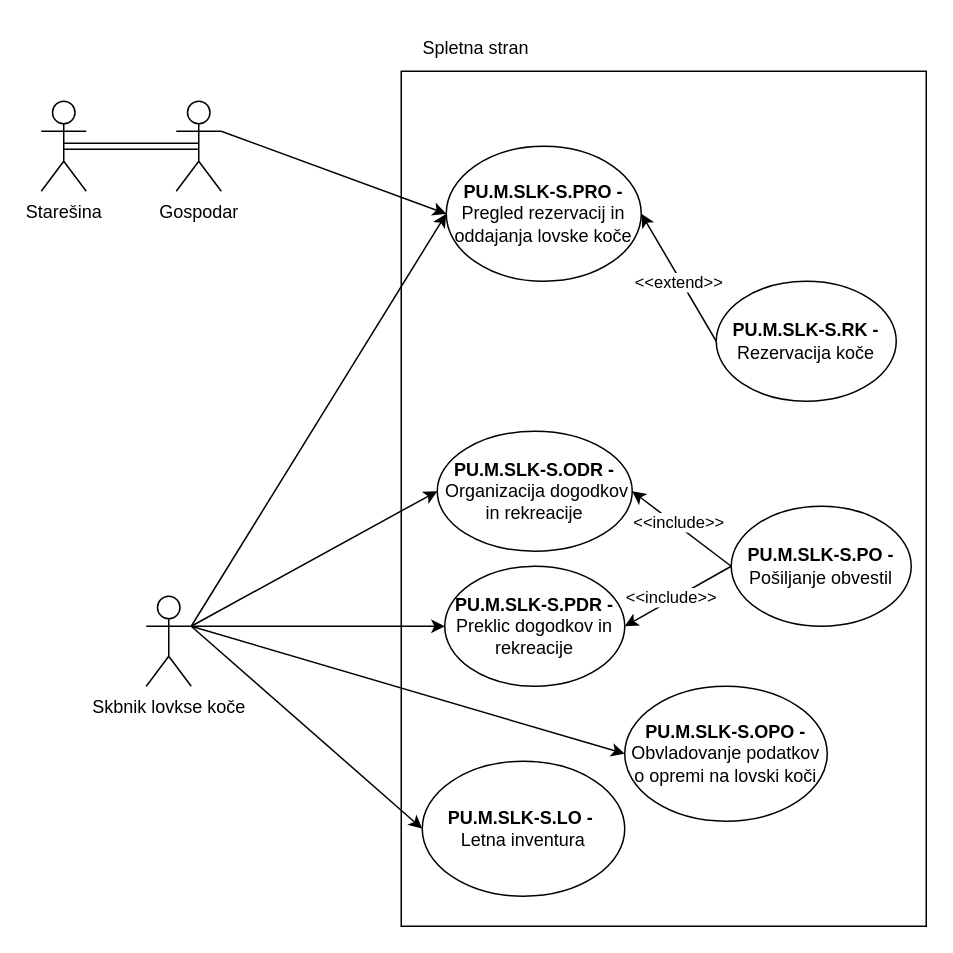
ErnestISv/Lovstvo keeps this draw.io diagram as Skrbnistvo lovskih koc-Spletna aplikacija.drawio. Above is the earlier version. Source tidied: cells renumbered, new cells numbered last; positions are measured from the earlier drawing's top-left corner, leaving out a move shared by most shapes. Both pictures are drawn from the tidied source at 150%, with x=0, y=0 at pixel (40, 26).
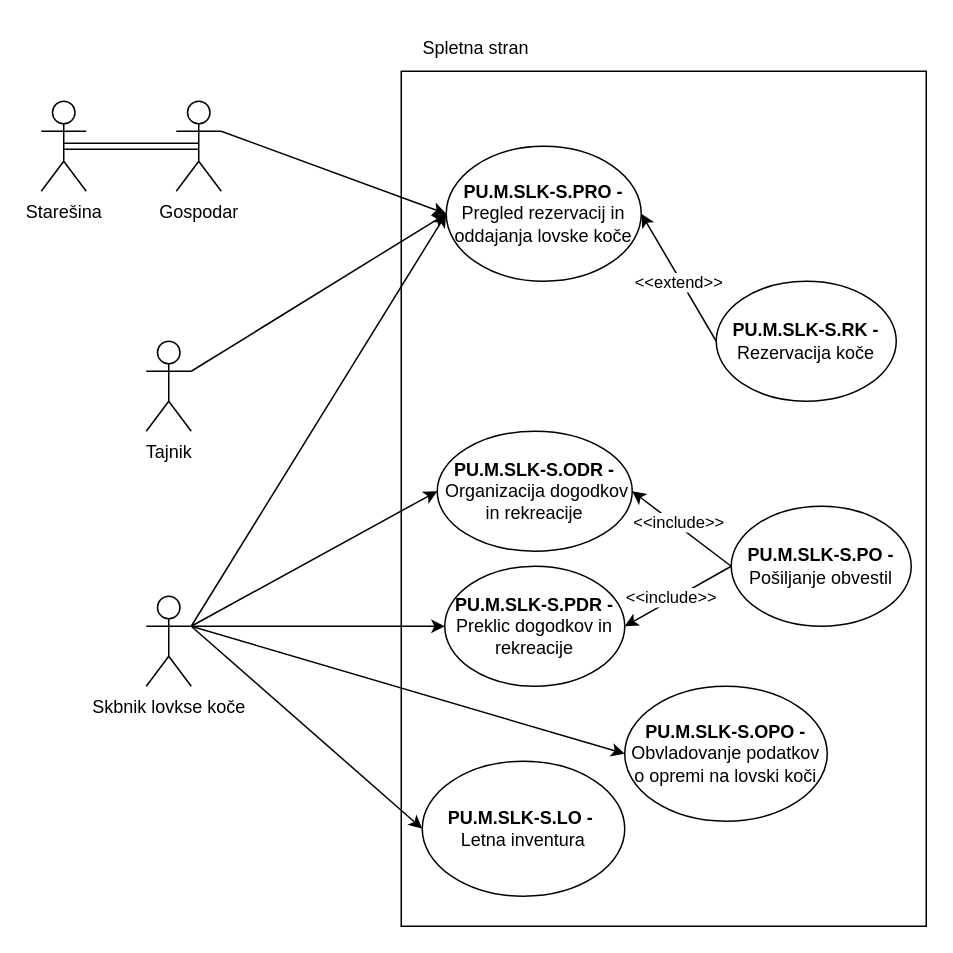
The same diagram, later.

Unchanged cells that the change refers to:
```xml
<mxCell id="16" value="&lt;b&gt;PU.M.SLK-S.PRO -&lt;/b&gt; Pregled rezervacij in oddajanja lovske koče" style="ellipse;whiteSpace=wrap;html=1;" parent="1" vertex="1">
  <mxGeometry x="270" y="80" width="130" height="90" as="geometry" />
</mxCell>
```

The edit, as a diff of the source:
```diff
@@
+    <mxCell id="27" value="Tajnik" style="shape=umlActor;verticalLabelPosition=bottom;verticalAlign=top;html=1;outlineConnect=0;" parent="1" vertex="1">
+      <mxGeometry x="70" y="210" width="30" height="60" as="geometry" />
+    </mxCell>
+    <mxCell id="28" style="endArrow=classic;html=1;rounded=0;exitX=1;exitY=0.3333333333333333;exitDx=0;exitDy=0;exitPerimeter=0;entryX=0;entryY=0.5;entryDx=0;entryDy=0;" parent="1" edge="1" source="27" target="16">
+      <mxGeometry relative="1" as="geometry" />
+    </mxCell>
```
